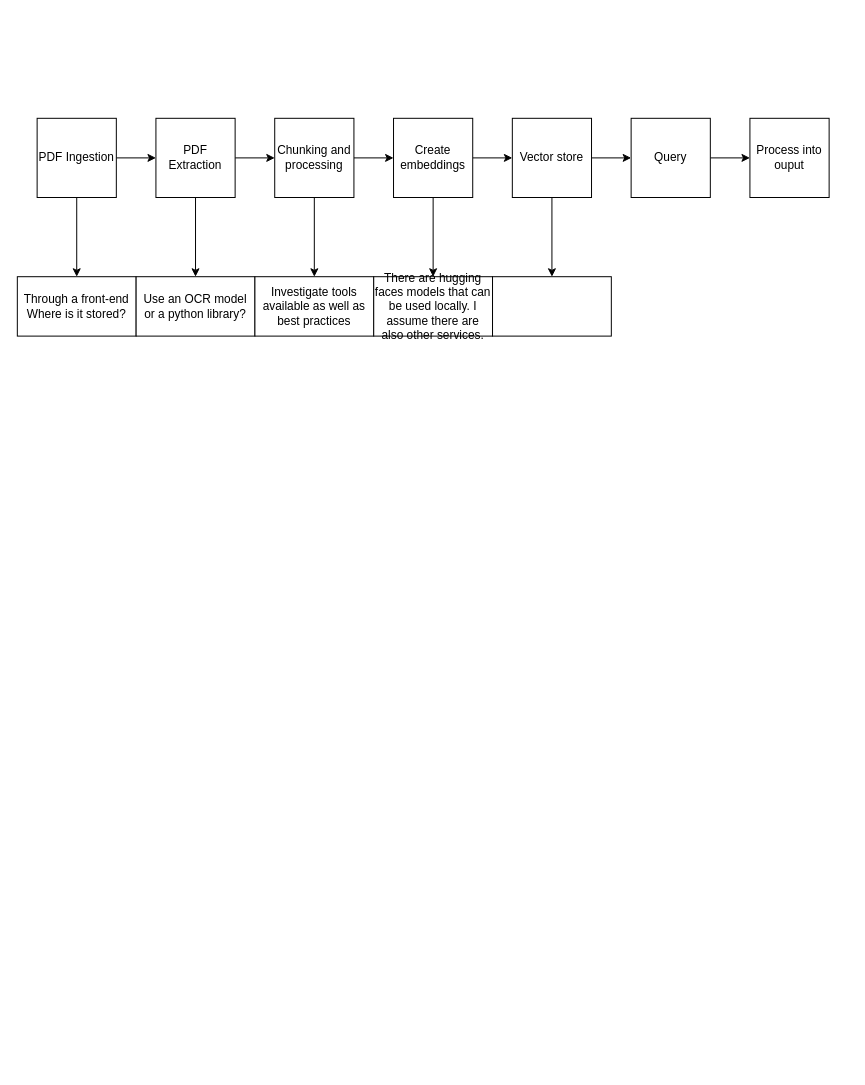
Earlier version of the draw.io diagram cautious-potato.drawio (JasonlSmith14/cautious-potato). Source tidied: cells renumbered, new cells numbered last; positions are measured from the earlier drawing's top-left corner, leaving out a move shared by most shapes. Both pictures are drawn from the tidied source at 99%, with x=0, y=0 at pixel (17, 118).
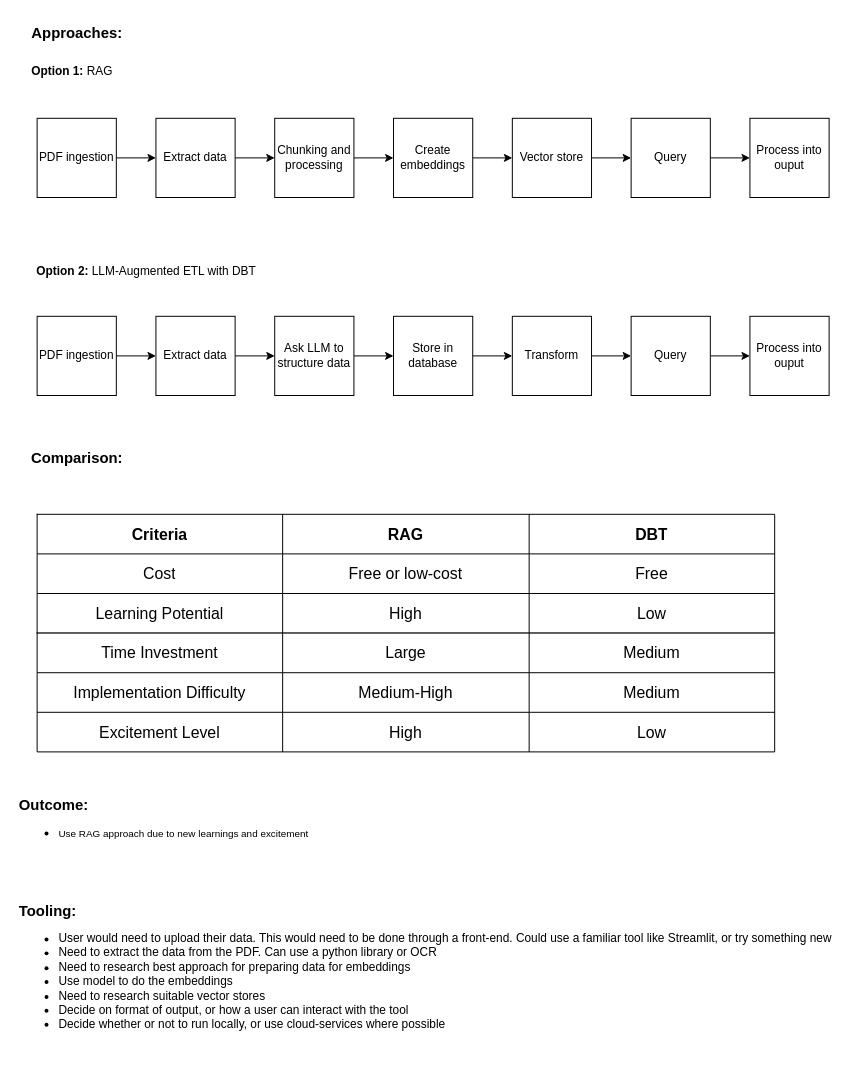
Above is the later version.

The change refers to these unchanged cells:
```xml
<mxCell id="10" value="Chunking and processing" style="whiteSpace=wrap;html=1;" parent="1" vertex="1">
  <mxGeometry x="260" width="80" height="80" as="geometry" />
</mxCell>
<mxCell id="13" value="Create embeddings" style="whiteSpace=wrap;html=1;" parent="1" vertex="1">
  <mxGeometry x="380" width="80" height="80" as="geometry" />
</mxCell>
<mxCell id="16" value="Vector store" style="whiteSpace=wrap;html=1;" parent="1" vertex="1">
  <mxGeometry x="500" width="80" height="80" as="geometry" />
</mxCell>
```

The edit, as a diff of the source:
```diff
@@
-    <mxCell id="3" style="edgeStyle=orthogonalEdgeStyle;rounded=0;jettySize=auto;html=1;" parent="1" edge="1" source="4" target="20">
-      <mxGeometry relative="1" as="geometry" />
-    </mxCell>
-    <mxCell id="4" value="PDF Ingestion" style="whiteSpace=wrap;html=1;" parent="1" vertex="1">
+    <mxCell id="4" value="PDF ingestion" style="whiteSpace=wrap;html=1;" parent="1" vertex="1">
       <mxGeometry x="20" width="80" height="80" as="geometry" />
     </mxCell>
@@
-    <mxCell id="6" style="edgeStyle=orthogonalEdgeStyle;rounded=0;jettySize=auto;html=1;" parent="1" edge="1" source="7" target="21">
-      <mxGeometry relative="1" as="geometry" />
-    </mxCell>
-    <mxCell id="7" value="PDF Extraction" style="whiteSpace=wrap;html=1;" parent="1" vertex="1">
+    <mxCell id="7" value="Extract data" style="whiteSpace=wrap;html=1;" parent="1" vertex="1">
       <mxGeometry x="140" width="80" height="80" as="geometry" />
     </mxCell>
@@
-    <mxCell id="9" style="edgeStyle=orthogonalEdgeStyle;rounded=0;jettySize=auto;html=1;" parent="1" edge="1" source="10" target="22">
-      <mxGeometry relative="1" as="geometry" />
-    </mxCell>
@@
-    <mxCell id="12" style="edgeStyle=orthogonalEdgeStyle;rounded=0;jettySize=auto;html=1;" parent="1" edge="1" source="13" target="23">
-      <mxGeometry relative="1" as="geometry" />
-    </mxCell>
@@
-    <mxCell id="15" style="edgeStyle=orthogonalEdgeStyle;rounded=0;jettySize=auto;html=1;entryX=0.5;entryY=0;entryDx=0;entryDy=0;" parent="1" edge="1" source="16" target="24">
-      <mxGeometry relative="1" as="geometry" />
-    </mxCell>
@@
-    <mxCell id="20" value="&lt;div&gt;Through a front-end&lt;/div&gt;&lt;div&gt;Where is it stored?&lt;/div&gt;" style="rounded=0;whiteSpace=wrap;html=1;" parent="1" vertex="1">
-      <mxGeometry y="160" width="120" height="60" as="geometry" />
-    </mxCell>
-    <mxCell id="21" value="Use an OCR model or a python library?" style="rounded=0;whiteSpace=wrap;html=1;" parent="1" vertex="1">
-      <mxGeometry x="120" y="160" width="120" height="60" as="geometry" />
-    </mxCell>
-    <mxCell id="22" value="Investigate tools available as well as best practices" style="rounded=0;whiteSpace=wrap;html=1;" parent="1" vertex="1">
-      <mxGeometry x="240" y="160" width="120" height="60" as="geometry" />
-    </mxCell>
-    <mxCell id="23" value="There are hugging faces models that can be used locally. I assume there are also other services." style="rounded=0;whiteSpace=wrap;html=1;" parent="1" vertex="1">
-      <mxGeometry x="360" y="160" width="120" height="60" as="geometry" />
-    </mxCell>
-    <mxCell id="24" style="rounded=0;whiteSpace=wrap;html=1;" parent="1" vertex="1">
-      <mxGeometry x="480" y="160" width="120" height="60" as="geometry" />
-    </mxCell>
+    <mxCell id="25" value="&lt;b&gt;Option 2:&lt;/b&gt; LLM-Augmented ETL with DBT" style="text;html=1;align=center;verticalAlign=middle;strokeColor=none;fillColor=none;" parent="1" vertex="1">
+      <mxGeometry x="10" y="140" width="240" height="30" as="geometry" />
+    </mxCell>
+    <mxCell id="26" style="edgeStyle=orthogonalEdgeStyle;rounded=0;jettySize=auto;html=1;" parent="1" edge="1" source="27" target="29">
+      <mxGeometry relative="1" as="geometry" />
+    </mxCell>
+    <mxCell id="27" value="PDF ingestion" style="whiteSpace=wrap;html=1;" parent="1" vertex="1">
+      <mxGeometry x="20" y="200" width="80" height="80" as="geometry" />
+    </mxCell>
+    <mxCell id="28" style="edgeStyle=orthogonalEdgeStyle;rounded=0;jettySize=auto;html=1;" parent="1" edge="1" source="29" target="31">
+      <mxGeometry relative="1" as="geometry" />
+    </mxCell>
+    <mxCell id="29" value="Extract data" style="whiteSpace=wrap;html=1;" parent="1" vertex="1">
+      <mxGeometry x="140" y="200" width="80" height="80" as="geometry" />
+    </mxCell>
+    <mxCell id="30" style="edgeStyle=orthogonalEdgeStyle;rounded=0;jettySize=auto;html=1;" parent="1" edge="1" source="31" target="33">
+      <mxGeometry relative="1" as="geometry" />
+    </mxCell>
+    <mxCell id="31" value="Ask LLM to structure data" style="whiteSpace=wrap;html=1;" parent="1" vertex="1">
+      <mxGeometry x="260" y="200" width="80" height="80" as="geometry" />
+    </mxCell>
+    <mxCell id="32" style="edgeStyle=orthogonalEdgeStyle;rounded=0;jettySize=auto;html=1;" parent="1" edge="1" source="33" target="35">
+      <mxGeometry relative="1" as="geometry" />
+    </mxCell>
+    <mxCell id="33" value="Store in database" style="whiteSpace=wrap;html=1;" parent="1" vertex="1">
+      <mxGeometry x="380" y="200" width="80" height="80" as="geometry" />
+    </mxCell>
+    <mxCell id="34" style="edgeStyle=orthogonalEdgeStyle;rounded=0;jettySize=auto;html=1;" parent="1" edge="1" source="35" target="37">
+      <mxGeometry relative="1" as="geometry" />
+    </mxCell>
+    <mxCell id="35" value="Transform" style="whiteSpace=wrap;html=1;" parent="1" vertex="1">
+      <mxGeometry x="500" y="200" width="80" height="80" as="geometry" />
+    </mxCell>
+    <mxCell id="36" style="edgeStyle=orthogonalEdgeStyle;rounded=0;jettySize=auto;html=1;" parent="1" edge="1" source="37" target="38">
+      <mxGeometry relative="1" as="geometry" />
+    </mxCell>
+    <mxCell id="37" value="Query" style="whiteSpace=wrap;html=1;" parent="1" vertex="1">
+      <mxGeometry x="620" y="200" width="80" height="80" as="geometry" />
+    </mxCell>
+    <mxCell id="38" value="Process into ouput" style="whiteSpace=wrap;html=1;" parent="1" vertex="1">
+      <mxGeometry x="740" y="200" width="80" height="80" as="geometry" />
+    </mxCell>
+    <mxCell id="39" value="&lt;div&gt;&lt;b&gt;&lt;font style=&quot;font-size: 15px;&quot;&gt;Approaches:&lt;/font&gt;&lt;/b&gt;&lt;/div&gt;" style="text;html=1;align=center;verticalAlign=middle;strokeColor=none;fillColor=none;" parent="1" vertex="1">
+      <mxGeometry y="-102" width="120" height="30" as="geometry" />
+    </mxCell>
+    <mxCell id="40" value="&lt;b&gt;Option 1: &lt;/b&gt;RAG" style="text;html=1;align=center;verticalAlign=middle;strokeColor=none;fillColor=none;" parent="1" vertex="1">
+      <mxGeometry y="-62" width="110" height="30" as="geometry" />
+    </mxCell>
+    <mxCell id="41" style="shape=table;startSize=0;childLayout=tableLayout;fontSize=16;" parent="1" vertex="1">
+      <mxGeometry x="20" y="400" width="745" height="120" as="geometry" />
+    </mxCell>
+    <mxCell id="42" style="shape=tableRow;horizontal=0;startSize=0;swimlaneHead=0;swimlaneBody=0;strokeColor=inherit;top=0;left=0;bottom=0;right=0;fillColor=none;fontSize=16;" parent="41" vertex="1">
+      <mxGeometry width="745" height="40" as="geometry" />
+    </mxCell>
+    <mxCell id="43" value="&lt;b&gt;Criteria&lt;/b&gt;" style="shape=partialRectangle;html=1;whiteSpace=wrap;strokeColor=inherit;overflow=hidden;fillColor=none;top=0;left=0;bottom=0;right=0;fontSize=16;" parent="42" vertex="1">
+      <mxGeometry width="248" height="40" as="geometry" />
+    </mxCell>
+    <mxCell id="44" value="&lt;b&gt;RAG&lt;/b&gt;" style="shape=partialRectangle;html=1;whiteSpace=wrap;strokeColor=inherit;overflow=hidden;fillColor=none;top=0;left=0;bottom=0;right=0;fontSize=16;" parent="42" vertex="1">
+      <mxGeometry x="248" width="249" height="40" as="geometry" />
+    </mxCell>
+    <mxCell id="45" value="&lt;b&gt;DBT&lt;/b&gt;" style="shape=partialRectangle;html=1;whiteSpace=wrap;strokeColor=inherit;overflow=hidden;fillColor=none;top=0;left=0;bottom=0;right=0;fontSize=16;" parent="42" vertex="1">
+      <mxGeometry x="497" width="248" height="40" as="geometry" />
+    </mxCell>
+    <mxCell id="46" style="shape=tableRow;horizontal=0;startSize=0;swimlaneHead=0;swimlaneBody=0;strokeColor=inherit;top=0;left=0;bottom=0;right=0;fillColor=none;fontSize=16;" parent="41" vertex="1">
+      <mxGeometry y="40" width="745" height="40" as="geometry" />
+    </mxCell>
+    <mxCell id="47" value="Cost" style="shape=partialRectangle;html=1;whiteSpace=wrap;strokeColor=inherit;overflow=hidden;fillColor=none;top=0;left=0;bottom=0;right=0;fontSize=16;" parent="46" vertex="1">
+      <mxGeometry width="248" height="40" as="geometry" />
+    </mxCell>
+    <mxCell id="48" value="Free or low-cost" style="shape=partialRectangle;html=1;whiteSpace=wrap;strokeColor=inherit;overflow=hidden;fillColor=none;top=0;left=0;bottom=0;right=0;fontSize=16;" parent="46" vertex="1">
+      <mxGeometry x="248" width="249" height="40" as="geometry" />
+    </mxCell>
+    <mxCell id="49" value="Free" style="shape=partialRectangle;html=1;whiteSpace=wrap;strokeColor=inherit;overflow=hidden;fillColor=none;top=0;left=0;bottom=0;right=0;fontSize=16;" parent="46" vertex="1">
+      <mxGeometry x="497" width="248" height="40" as="geometry" />
+    </mxCell>
+    <mxCell id="50" style="shape=tableRow;horizontal=0;startSize=0;swimlaneHead=0;swimlaneBody=0;strokeColor=inherit;top=0;left=0;bottom=0;right=0;fillColor=none;fontSize=16;" parent="41" vertex="1">
+      <mxGeometry y="80" width="745" height="40" as="geometry" />
+    </mxCell>
+    <mxCell id="51" value="Learning Potential" style="shape=partialRectangle;html=1;whiteSpace=wrap;strokeColor=inherit;overflow=hidden;fillColor=none;top=0;left=0;bottom=0;right=0;fontSize=16;" parent="50" vertex="1">
+      <mxGeometry width="248" height="40" as="geometry" />
+    </mxCell>
+    <mxCell id="52" value="High" style="shape=partialRectangle;html=1;whiteSpace=wrap;strokeColor=inherit;overflow=hidden;fillColor=none;top=0;left=0;bottom=0;right=0;fontSize=16;" parent="50" vertex="1">
+      <mxGeometry x="248" width="249" height="40" as="geometry" />
+    </mxCell>
+    <mxCell id="53" value="Low" style="shape=partialRectangle;html=1;whiteSpace=wrap;strokeColor=inherit;overflow=hidden;fillColor=none;top=0;left=0;bottom=0;right=0;fontSize=16;" parent="50" vertex="1">
+      <mxGeometry x="497" width="248" height="40" as="geometry" />
+    </mxCell>
+    <mxCell id="54" value="&lt;font style=&quot;font-size: 15px;&quot;&gt;&lt;b&gt;&lt;font&gt;Comparison:&lt;/font&gt;&lt;/b&gt;&lt;/font&gt;" style="text;html=1;align=center;verticalAlign=middle;strokeColor=none;fillColor=none;" parent="1" vertex="1">
+      <mxGeometry y="328" width="120" height="30" as="geometry" />
+    </mxCell>
+    <mxCell id="55" style="shape=table;startSize=0;childLayout=tableLayout;fontSize=16;" parent="1" vertex="1">
+      <mxGeometry x="20" y="520" width="745" height="120" as="geometry" />
+    </mxCell>
+    <mxCell id="56" style="shape=tableRow;horizontal=0;startSize=0;swimlaneHead=0;swimlaneBody=0;strokeColor=inherit;top=0;left=0;bottom=0;right=0;fillColor=none;fontSize=16;" parent="55" vertex="1">
+      <mxGeometry width="745" height="40" as="geometry" />
+    </mxCell>
+    <mxCell id="57" value="Time Investment" style="shape=partialRectangle;html=1;whiteSpace=wrap;strokeColor=inherit;overflow=hidden;fillColor=none;top=0;left=0;bottom=0;right=0;fontSize=16;" parent="56" vertex="1">
+      <mxGeometry width="248" height="40" as="geometry" />
+    </mxCell>
+    <mxCell id="58" value="Large" style="shape=partialRectangle;html=1;whiteSpace=wrap;strokeColor=inherit;overflow=hidden;fillColor=none;top=0;left=0;bottom=0;right=0;fontSize=16;" parent="56" vertex="1">
+      <mxGeometry x="248" width="249" height="40" as="geometry" />
+    </mxCell>
+    <mxCell id="59" value="Medium" style="shape=partialRectangle;html=1;whiteSpace=wrap;strokeColor=inherit;overflow=hidden;fillColor=none;top=0;left=0;bottom=0;right=0;fontSize=16;" parent="56" vertex="1">
+      <mxGeometry x="497" width="248" height="40" as="geometry" />
+    </mxCell>
+    <mxCell id="60" style="shape=tableRow;horizontal=0;startSize=0;swimlaneHead=0;swimlaneBody=0;strokeColor=inherit;top=0;left=0;bottom=0;right=0;fillColor=none;fontSize=16;" parent="55" vertex="1">
+      <mxGeometry y="40" width="745" height="40" as="geometry" />
+    </mxCell>
+    <mxCell id="61" value="Implementation Difficulty" style="shape=partialRectangle;html=1;whiteSpace=wrap;strokeColor=inherit;overflow=hidden;fillColor=none;top=0;left=0;bottom=0;right=0;fontSize=16;" parent="60" vertex="1">
+      <mxGeometry width="248" height="40" as="geometry" />
+    </mxCell>
+    <mxCell id="62" value="Medium-High" style="shape=partialRectangle;html=1;whiteSpace=wrap;strokeColor=inherit;overflow=hidden;fillColor=none;top=0;left=0;bottom=0;right=0;fontSize=16;" parent="60" vertex="1">
+      <mxGeometry x="248" width="249" height="40" as="geometry" />
+    </mxCell>
+    <mxCell id="63" value="Medium" style="shape=partialRectangle;html=1;whiteSpace=wrap;strokeColor=inherit;overflow=hidden;fillColor=none;top=0;left=0;bottom=0;right=0;fontSize=16;" parent="60" vertex="1">
+      <mxGeometry x="497" width="248" height="40" as="geometry" />
+    </mxCell>
+    <mxCell id="64" style="shape=tableRow;horizontal=0;startSize=0;swimlaneHead=0;swimlaneBody=0;strokeColor=inherit;top=0;left=0;bottom=0;right=0;fillColor=none;fontSize=16;" parent="55" vertex="1">
+      <mxGeometry y="80" width="745" height="40" as="geometry" />
+    </mxCell>
+    <mxCell id="65" value="Excitement Level" style="shape=partialRectangle;html=1;whiteSpace=wrap;strokeColor=inherit;overflow=hidden;fillColor=none;top=0;left=0;bottom=0;right=0;fontSize=16;" parent="64" vertex="1">
+      <mxGeometry width="248" height="40" as="geometry" />
+    </mxCell>
+    <mxCell id="66" value="High" style="shape=partialRectangle;html=1;whiteSpace=wrap;strokeColor=inherit;overflow=hidden;fillColor=none;top=0;left=0;bottom=0;right=0;fontSize=16;" parent="64" vertex="1">
+      <mxGeometry x="248" width="249" height="40" as="geometry" />
+    </mxCell>
+    <mxCell id="67" value="Low" style="shape=partialRectangle;html=1;whiteSpace=wrap;strokeColor=inherit;overflow=hidden;fillColor=none;top=0;left=0;bottom=0;right=0;fontSize=16;" parent="64" vertex="1">
+      <mxGeometry x="497" width="248" height="40" as="geometry" />
+    </mxCell>
+    <mxCell id="68" value="&lt;div align=&quot;left&quot;&gt;&lt;b&gt;&lt;font style=&quot;font-size: 15px;&quot;&gt;Outcome: &lt;/font&gt;&lt;br&gt;&lt;/b&gt;&lt;/div&gt;&lt;div align=&quot;left&quot;&gt;&lt;ul&gt;&lt;li&gt;&lt;font size=&quot;1&quot;&gt;Use RAG approach due to new learnings and excitement&lt;/font&gt;&lt;/li&gt;&lt;/ul&gt;&lt;/div&gt;" style="text;html=1;align=left;verticalAlign=middle;strokeColor=none;fillColor=none;" parent="1" vertex="1">
+      <mxGeometry y="678" width="310" height="70" as="geometry" />
+    </mxCell>
+    <mxCell id="69" value="&lt;div align=&quot;left&quot;&gt;&lt;b&gt;&lt;font style=&quot;font-size: 15px;&quot;&gt;Tooling:&lt;/font&gt;&lt;/b&gt;&lt;br&gt;&lt;ul&gt;&lt;li&gt;User would need to upload their data. This would need to be done through a front-end. Could use a familiar tool like Streamlit, or try something new&lt;/li&gt;&lt;li&gt;Need to extract the data from the PDF. Can use a python library or OCR&lt;/li&gt;&lt;li&gt;Need to research best approach for preparing data for embeddings&lt;/li&gt;&lt;li&gt;Use model to do the embeddings&lt;/li&gt;&lt;li&gt;Need to research suitable vector stores&lt;/li&gt;&lt;li&gt;Decide on format of output, or how a user can interact with the tool&lt;/li&gt;&lt;li&gt;Decide whether or not to run locally, or use cloud-services where possible&lt;/li&gt;&lt;/ul&gt;&lt;/div&gt;&lt;div align=&quot;left&quot;&gt;&lt;br&gt;&lt;/div&gt;" style="text;html=1;align=left;verticalAlign=middle;strokeColor=none;fillColor=none;" parent="1" vertex="1">
+      <mxGeometry y="780" width="840" height="180" as="geometry" />
+    </mxCell>
```
